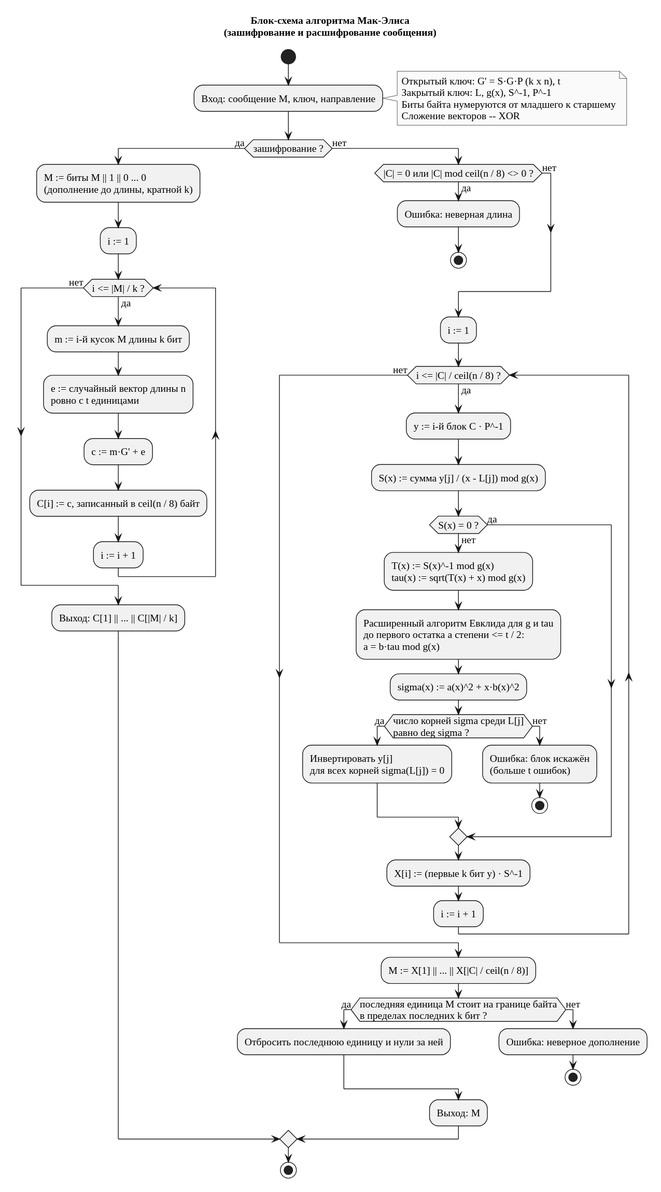
This is lab4/report/img/block_scheme.svg from aCrYoZPS/mzi, a PlantUML export, as it was before one commit.
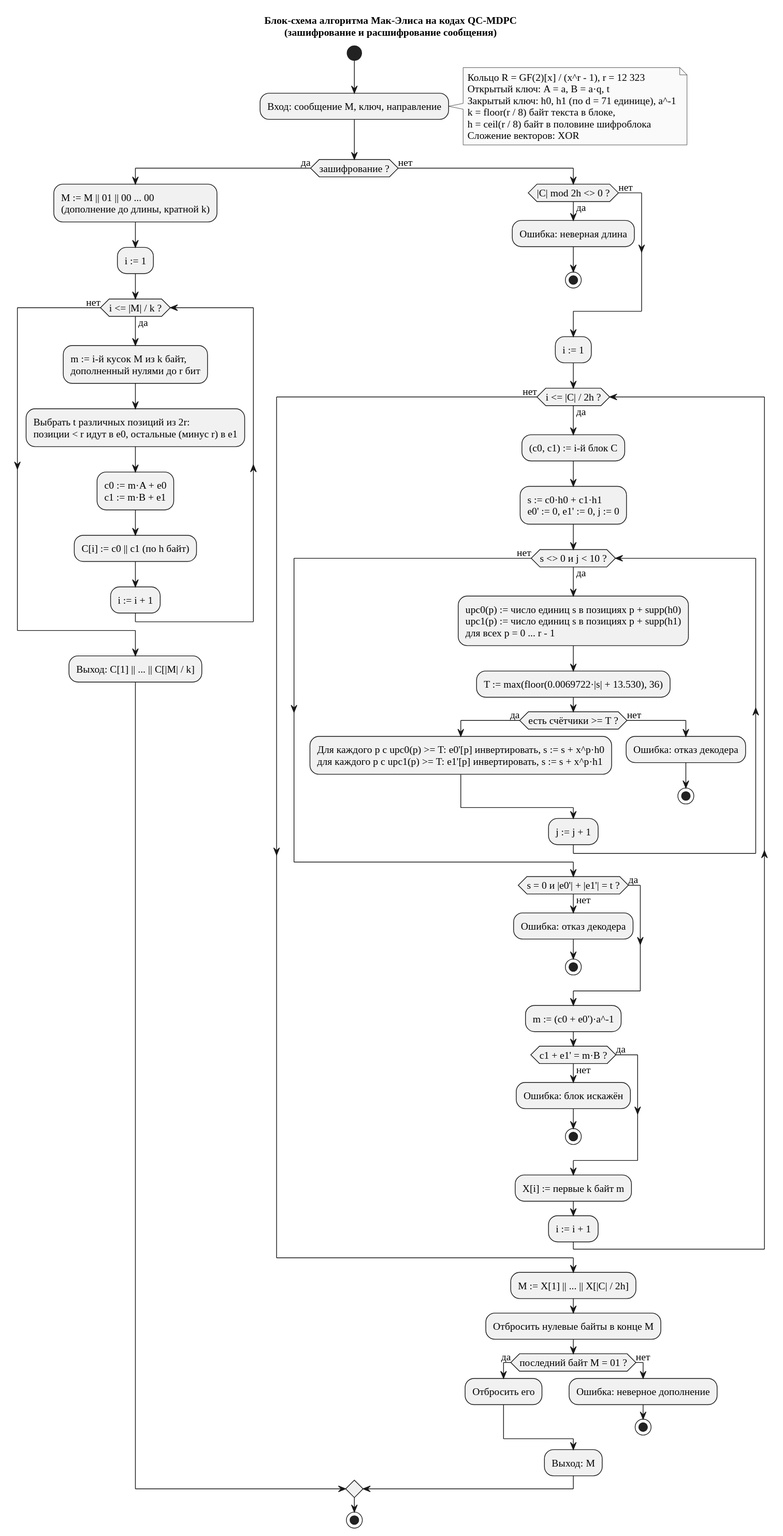
After the change.

Change to the diagram source:
```diff
@@ -1,5 +1,5 @@
 @startuml
-title Блок-схема алгоритма Мак-Элиса\n(зашифрование и расшифрование сообщения)
+title Блок-схема алгоритма Мак-Элиса на кодах QC-MDPC\n(зашифрование и расшифрование сообщения)
 
 skinparam defaultFontName "Times New Roman"
 skinparam defaultFontSize 14
@@ -10,51 +10,64 @@
 start
 :Вход: сообщение M, ключ, направление;
 note right
-  Открытый ключ: G' = S·G·P (k x n), t
-  Закрытый ключ: L, g(x), S^-1, P^-1
-  Биты байта нумеруются от младшего к старшему
-  Сложение векторов -- XOR
+  Кольцо R = GF(2)[x] / (x^r - 1), r = 12 323
+  Открытый ключ: A = a, B = a·q, t
+  Закрытый ключ: h0, h1 (по d = 71 единице), a^-1
+  k = floor(r / 8) байт текста в блоке,
+  h = ceil(r / 8) байт в половине шифроблока
+  Сложение векторов: XOR
 end note
 
 if (зашифрование ?) then (да)
-  :M := биты M || 1 || 0 ... 0\n(дополнение до длины, кратной k);
+  :M := M || 01 || 00 ... 00\n(дополнение до длины, кратной k);
   :i := 1;
   while (i <= |M| / k ?) is (да)
-    :m := i-й кусок M длины k бит;
-    :e := случайный вектор длины n\nровно с t единицами;
-    :c := m·G' + e;
-    :C[i] := c, записанный в ceil(n / 8) байт;
+    :m := i-й кусок M из k байт,\nдополненный нулями до r бит;
+    :Выбрать t различных позиций из 2r:\nпозиции < r идут в e0, остальные (минус r) в e1;
+    :c0 := m·A + e0\nc1 := m·B + e1;
+    :C[i] := c0 || c1 (по h байт);
     :i := i + 1;
   endwhile (нет)
   :Выход: C[1] || ... || C[|M| / k];
 else (нет)
-  if (|C| = 0 или |C| mod ceil(n / 8) <> 0 ?) then (да)
+  if (|C| mod 2h <> 0 ?) then (да)
     :Ошибка: неверная длина;
     stop
   else (нет)
   endif
   :i := 1;
-  while (i <= |C| / ceil(n / 8) ?) is (да)
-    :y := i-й блок C · P^-1;
-    :S(x) := сумма y[j] / (x - L[j]) mod g(x);
-    if (S(x) = 0 ?) then (да)
-    else (нет)
-      :T(x) := S(x)^-1 mod g(x)\ntau(x) := sqrt(T(x) + x) mod g(x);
-      :Расширенный алгоритм Евклида для g и tau\nдо первого остатка a степени <= t / 2:\na = b·tau mod g(x);
-      :sigma(x) := a(x)^2 + x·b(x)^2;
-      if (число корней sigma среди L[j]\nравно deg sigma ?) then (да)
-        :Инвертировать y[j]\nдля всех корней sigma(L[j]) = 0;
+  while (i <= |C| / 2h ?) is (да)
+    :(c0, c1) := i-й блок C;
+    :s := c0·h0 + c1·h1\ne0' := 0, e1' := 0, j := 0;
+    while (s <> 0 и j < 10 ?) is (да)
+      :upc0(p) := число единиц s в позициях p + supp(h0)\nupc1(p) := число единиц s в позициях p + supp(h1)\nдля всех p = 0 ... r - 1;
+      :T := max(floor(0.0069722·|s| + 13.530), 36);
+      if (есть счётчики >= T ?) then (да)
+        :Для каждого p с upc0(p) >= T: e0'[p] инвертировать, s := s + x^p·h0\nдля каждого p с upc1(p) >= T: e1'[p] инвертировать, s := s + x^p·h1;
       else (нет)
-        :Ошибка: блок искажён\n(больше t ошибок);
+        :Ошибка: отказ декодера;
         stop
       endif
+      :j := j + 1;
+    endwhile (нет)
+    if (s = 0 и |e0'| + |e1'| = t ?) then (да)
+    else (нет)
+      :Ошибка: отказ декодера;
+      stop
     endif
-    :X[i] := (первые k бит y) · S^-1;
+    :m := (c0 + e0')·a^-1;
+    if (c1 + e1' = m·B ?) then (да)
+    else (нет)
+      :Ошибка: блок искажён;
+      stop
+    endif
+    :X[i] := первые k байт m;
     :i := i + 1;
   endwhile (нет)
-  :M := X[1] || ... || X[|C| / ceil(n / 8)];
-  if (последняя единица M стоит на границе байта\nв пределах последних k бит ?) then (да)
-    :Отбросить последнюю единицу и нули за ней;
+  :M := X[1] || ... || X[|C| / 2h];
+  :Отбросить нулевые байты в конце M;
+  if (последний байт M = 01 ?) then (да)
+    :Отбросить его;
   else (нет)
     :Ошибка: неверное дополнение;
     stop
```
